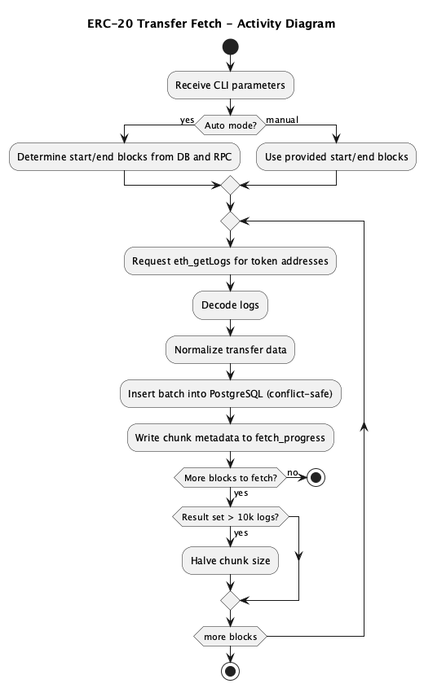
The PlantUML diagram report/figures/activity_diagram.png in celilozknn/CMPE492-Project, before a commit. Source of this version:
```plantuml
@startuml
title ERC-20 Transfer Fetch - Activity Diagram
start
:Receive CLI parameters;
if (Auto mode?) then (yes)
    :Determine start/end blocks from DB and RPC;
else (manual)
    :Use provided start/end blocks;
endif
repeat
    :Request eth_getLogs for token addresses;
    :Decode logs;
    :Normalize transfer data;
    :Insert batch into PostgreSQL (conflict-safe);
    :Write chunk metadata to fetch_progress;
    if (More blocks to fetch?) then (yes)
        if (Result set > 10k logs?) then (yes)
            :Halve chunk size;
        endif
    else (no)
        stop
    endif
repeat while (more blocks)
stop
@enduml
```
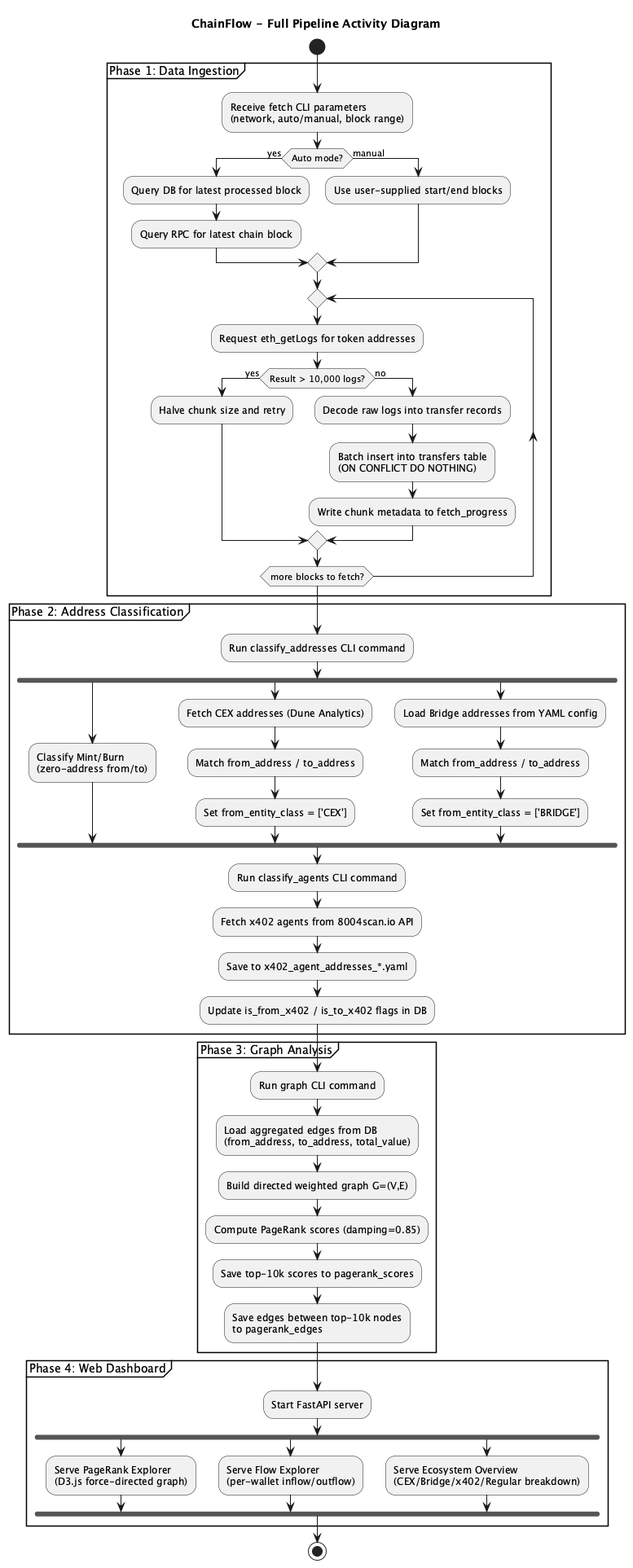
After the change.

The edit, as a diff of the source:
```diff
@@ -1,25 +1,66 @@
 @startuml
-title ERC-20 Transfer Fetch - Activity Diagram
+title ChainFlow - Full Pipeline Activity Diagram
+
 start
-:Receive CLI parameters;
-if (Auto mode?) then (yes)
-    :Determine start/end blocks from DB and RPC;
-else (manual)
-    :Use provided start/end blocks;
-endif
-repeat
-    :Request eth_getLogs for token addresses;
-    :Decode logs;
-    :Normalize transfer data;
-    :Insert batch into PostgreSQL (conflict-safe);
-    :Write chunk metadata to fetch_progress;
-    if (More blocks to fetch?) then (yes)
-        if (Result set > 10k logs?) then (yes)
-            :Halve chunk size;
+
+partition "Phase 1: Data Ingestion" {
+    :Receive fetch CLI parameters\n(network, auto/manual, block range);
+    if (Auto mode?) then (yes)
+        :Query DB for latest processed block;
+        :Query RPC for latest chain block;
+    else (manual)
+        :Use user-supplied start/end blocks;
+    endif
+    repeat
+        :Request eth_getLogs for token addresses;
+        if (Result > 10,000 logs?) then (yes)
+            :Halve chunk size and retry;
+        else (no)
+            :Decode raw logs into transfer records;
+            :Batch insert into transfers table\n(ON CONFLICT DO NOTHING);
+            :Write chunk metadata to fetch_progress;
         endif
-    else (no)
-        stop
-    endif
-repeat while (more blocks)
+    repeat while (more blocks to fetch?)
+}
+
+partition "Phase 2: Address Classification" {
+    :Run classify_addresses CLI command;
+    fork
+        :Classify Mint/Burn\n(zero-address from/to);
+    fork again
+        :Fetch CEX addresses (Dune Analytics);
+        :Match from_address / to_address;
+        :Set from_entity_class = ['CEX'];
+    fork again
+        :Load Bridge addresses from YAML config;
+        :Match from_address / to_address;
+        :Set from_entity_class = ['BRIDGE'];
+    end fork
+    :Run classify_agents CLI command;
+    :Fetch x402 agents from 8004scan.io API;
+    :Save to x402_agent_addresses_*.yaml;
+    :Update is_from_x402 / is_to_x402 flags in DB;
+}
+
+partition "Phase 3: Graph Analysis" {
+    :Run graph CLI command;
+    :Load aggregated edges from DB\n(from_address, to_address, total_value);
+    :Build directed weighted graph G=(V,E);
+    :Compute PageRank scores (damping=0.85);
+    :Save top-10k scores to pagerank_scores;
+    :Save edges between top-10k nodes\nto pagerank_edges;
+}
+
+partition "Phase 4: Web Dashboard" {
+    :Start FastAPI server;
+    fork
+        :Serve PageRank Explorer\n(D3.js force-directed graph);
+    fork again
+        :Serve Flow Explorer\n(per-wallet inflow/outflow);
+    fork again
+        :Serve Ecosystem Overview\n(CEX/Bridge/x402/Regular breakdown);
+    end fork
+}
+
 stop
 @enduml
```
